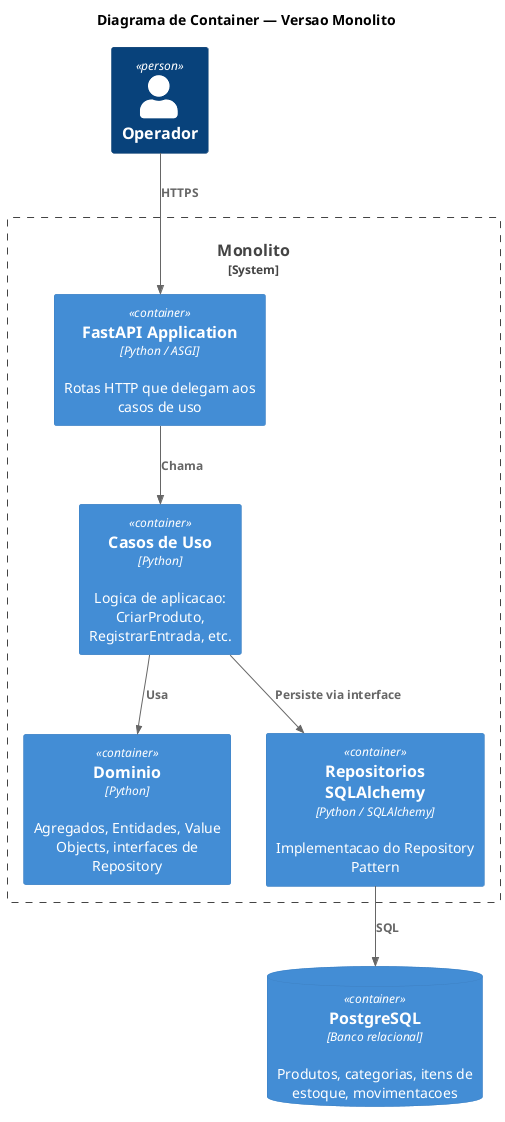
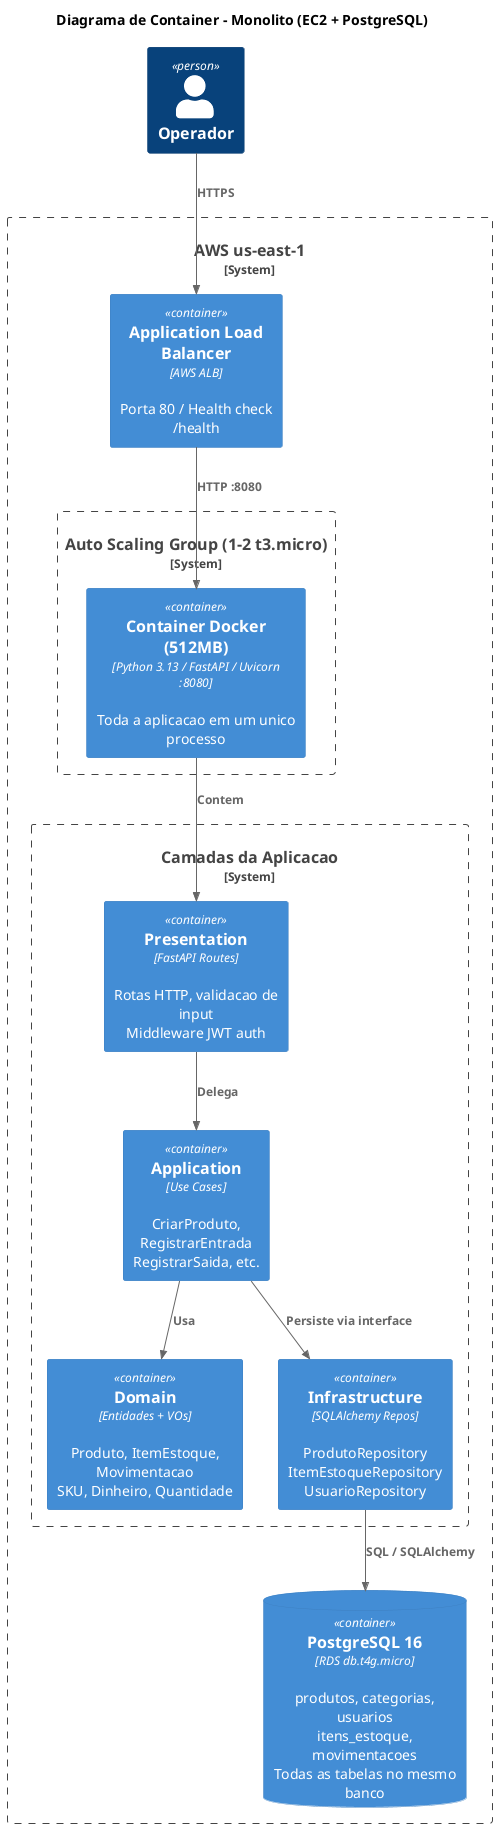
@startuml c4-container-monolith
!include <C4/C4_Container>

- title Diagrama de Container — Versao Monolito
+ title Diagrama de Container - Monolito (EC2 + PostgreSQL)

- Person(user, "Operador")
+ Person(operador, "Operador")

- System_Boundary(monolito, "Monolito") {
-     Container(api, "FastAPI Application", "Python / ASGI", "Rotas HTTP que delegam aos casos de uso")
-     Container(domain, "Dominio", "Python", "Agregados, Entidades, Value Objects, interfaces de Repository")
-     Container(usecases, "Casos de Uso", "Python", "Logica de aplicacao: CriarProduto, RegistrarEntrada, etc.")
-     Container(repos, "Repositorios SQLAlchemy", "Python / SQLAlchemy", "Implementacao do Repository Pattern")
+ System_Boundary(aws, "AWS us-east-1") {
+ 
+     Container(alb, "Application Load Balancer", "AWS ALB", "Porta 80 / Health check /health")
+ 
+     System_Boundary(asg, "Auto Scaling Group (1-2 t3.micro)") {
+         Container(docker, "Container Docker (512MB)", "Python 3.13 / FastAPI / Uvicorn :8080", "Toda a aplicacao em um unico processo")
+     }
+ 
+     System_Boundary(app_layers, "Camadas da Aplicacao") {
+         Container(presentation, "Presentation", "FastAPI Routes", "Rotas HTTP, validacao de input\nMiddleware JWT auth")
+         Container(application, "Application", "Use Cases", "CriarProduto, RegistrarEntrada\nRegistrarSaida, etc.")
+         Container(domain, "Domain", "Entidades + VOs", "Produto, ItemEstoque, Movimentacao\nSKU, Dinheiro, Quantidade")
+         Container(infra_repo, "Infrastructure", "SQLAlchemy Repos", "ProdutoRepository\nItemEstoqueRepository\nUsuarioRepository")
+     }
+ 
+     ContainerDb(rds, "PostgreSQL 16", "RDS db.t4g.micro", "produtos, categorias, usuarios\nitens_estoque, movimentacoes\nTodas as tabelas no mesmo banco")
}

- ContainerDb(db, "PostgreSQL", "Banco relacional", "Produtos, categorias, itens de estoque, movimentacoes")
- 
- Rel(user, api, "HTTPS")
- Rel(api, usecases, "Chama")
- Rel(usecases, domain, "Usa")
- Rel(usecases, repos, "Persiste via interface")
- Rel(repos, db, "SQL")
+ Rel(operador, alb, "HTTPS")
+ Rel(alb, docker, "HTTP :8080")
+ Rel(docker, presentation, "Contem")
+ Rel(presentation, application, "Delega")
+ Rel(application, domain, "Usa")
+ Rel(application, infra_repo, "Persiste via interface")
+ Rel(infra_repo, rds, "SQL / SQLAlchemy")

@enduml
